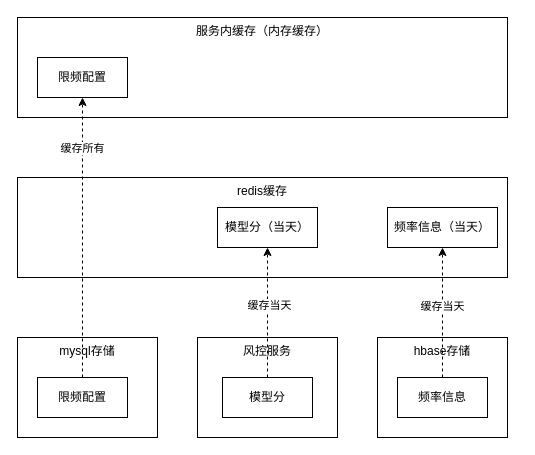
This is page "存储架构" (2 of 3) of 限制频率优化.drawio from ABIN-DS/flowchart, a draw.io file, before an edit. Source tidied: cells renumbered, new cells numbered last; positions are measured from the earlier drawing's top-left corner, leaving out a move shared by most shapes. Both pictures are drawn from the tidied source at 100%, with x=0, y=0 at pixel (17, 17).
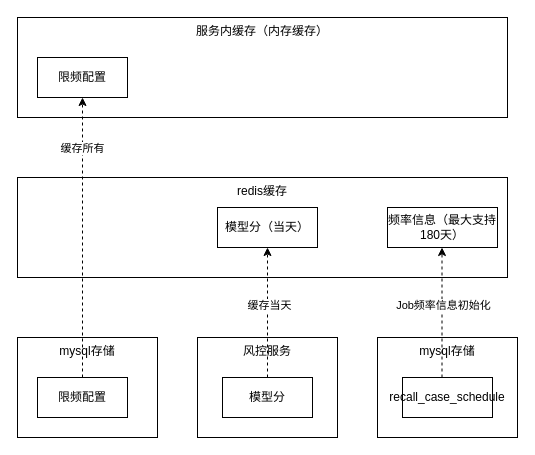
Above is the later version.

The edit, as a diff of the source:
```diff
@@
 <mxGraphModel>
   <root>
     <mxCell id="0" />
     <mxCell id="1" parent="0" />
     <mxCell id="2" value="服务内缓存（内存缓存）" style="rounded=0;whiteSpace=wrap;html=1;verticalAlign=top;" parent="1" vertex="1">
       <mxGeometry width="490" height="100" as="geometry" />
     </mxCell>
     <mxCell id="3" value="redis缓存" style="rounded=0;whiteSpace=wrap;html=1;verticalAlign=top;" parent="1" vertex="1">
       <mxGeometry y="160" width="490" height="100" as="geometry" />
     </mxCell>
     <mxCell id="4" value="mysql存储" style="rounded=0;whiteSpace=wrap;html=1;verticalAlign=top;" parent="1" vertex="1">
       <mxGeometry y="320" width="140" height="100" as="geometry" />
     </mxCell>
-    <mxCell id="5" value="hbase存储" style="rounded=0;whiteSpace=wrap;html=1;verticalAlign=top;" parent="1" vertex="1">
-      <mxGeometry x="360" y="320" width="130" height="100" as="geometry" />
-    </mxCell>
     <mxCell id="6" value="限频配置" style="rounded=0;whiteSpace=wrap;html=1;" parent="1" vertex="1">
       <mxGeometry x="20" y="40" width="90" height="40" as="geometry" />
     </mxCell>
     <mxCell id="7" style="edgeStyle=orthogonalEdgeStyle;rounded=0;jettySize=auto;html=1;exitX=0.5;exitY=0;exitDx=0;exitDy=0;entryX=0.5;entryY=1;entryDx=0;entryDy=0;dashed=1;" parent="1" edge="1" source="9" target="6">
       <mxGeometry relative="1" as="geometry" />
     </mxCell>
     <mxCell id="8" value="缓存所有" style="edgeLabel;html=1;align=center;verticalAlign=middle;" parent="7" vertex="1">
       <mxGeometry x="0.64" y="1" relative="1" as="geometry" />
     </mxCell>
     <mxCell id="9" value="限频配置" style="rounded=0;whiteSpace=wrap;html=1;" parent="1" vertex="1">
       <mxGeometry x="20" y="360" width="90" height="40" as="geometry" />
     </mxCell>
     <mxCell id="10" value="模型分（当天）" style="rounded=0;whiteSpace=wrap;html=1;" parent="1" vertex="1">
       <mxGeometry x="200" y="190" width="100" height="40" as="geometry" />
     </mxCell>
-    <mxCell id="11" value="频率信息（当天）" style="rounded=0;whiteSpace=wrap;html=1;" parent="1" vertex="1">
+    <mxCell id="11" value="频率信息（最大支持180天）" style="rounded=0;whiteSpace=wrap;html=1;" parent="1" vertex="1">
       <mxGeometry x="370" y="190" width="110" height="40" as="geometry" />
     </mxCell>
-    <mxCell id="12" style="edgeStyle=orthogonalEdgeStyle;rounded=0;jettySize=auto;html=1;exitX=0.5;exitY=0;exitDx=0;exitDy=0;entryX=0.5;entryY=1;entryDx=0;entryDy=0;dashed=1;" parent="1" edge="1" source="14" target="11">
-      <mxGeometry relative="1" as="geometry" />
-    </mxCell>
-    <mxCell id="13" value="缓存当天" style="edgeLabel;html=1;align=center;verticalAlign=middle;" parent="12" vertex="1">
-      <mxGeometry x="0.11" y="1" relative="1" as="geometry" />
-    </mxCell>
-    <mxCell id="14" value="频率信息" style="rounded=0;whiteSpace=wrap;html=1;" parent="1" vertex="1">
-      <mxGeometry x="380" y="360" width="90" height="40" as="geometry" />
-    </mxCell>
     <mxCell id="15" value="风控服务" style="rounded=0;whiteSpace=wrap;html=1;verticalAlign=top;" parent="1" vertex="1">
       <mxGeometry x="180" y="320" width="140" height="100" as="geometry" />
     </mxCell>
     <mxCell id="16" style="edgeStyle=orthogonalEdgeStyle;rounded=0;jettySize=auto;html=1;exitX=0.5;exitY=0;exitDx=0;exitDy=0;dashed=1;" parent="1" edge="1" source="18" target="10">
       <mxGeometry relative="1" as="geometry" />
     </mxCell>
     <mxCell id="17" value="缓存当天" style="edgeLabel;html=1;align=center;verticalAlign=middle;" parent="16" vertex="1">
       <mxGeometry x="0.12" y="-1" relative="1" as="geometry" />
     </mxCell>
     <mxCell id="18" value="模型分" style="rounded=0;whiteSpace=wrap;html=1;" parent="1" vertex="1">
       <mxGeometry x="205" y="360" width="90" height="40" as="geometry" />
     </mxCell>
+    <mxCell id="19" value="mysql存储" style="rounded=0;whiteSpace=wrap;html=1;verticalAlign=top;" parent="1" vertex="1">
+      <mxGeometry x="360" y="320" width="140" height="100" as="geometry" />
+    </mxCell>
+    <mxCell id="20" value="recall_case_schedule" style="rounded=0;whiteSpace=wrap;html=1;" parent="1" vertex="1">
+      <mxGeometry x="385" y="360" width="90" height="40" as="geometry" />
+    </mxCell>
+    <mxCell id="21" style="edgeStyle=orthogonalEdgeStyle;rounded=0;orthogonalLoop=1;jettySize=auto;html=1;exitX=0.5;exitY=0;exitDx=0;exitDy=0;dashed=1;" parent="1" edge="1">
+      <mxGeometry relative="1" as="geometry">
+        <mxPoint x="424.5" y="360" as="sourcePoint" />
+        <mxPoint x="424.5" y="230" as="targetPoint" />
+      </mxGeometry>
+    </mxCell>
+    <mxCell id="22" value="Job频率信息初始化" style="edgeLabel;html=1;align=center;verticalAlign=middle;" parent="21" vertex="1">
+      <mxGeometry x="0.12" y="-1" relative="1" as="geometry" />
+    </mxCell>
   </root>
 </mxGraphModel>
```
